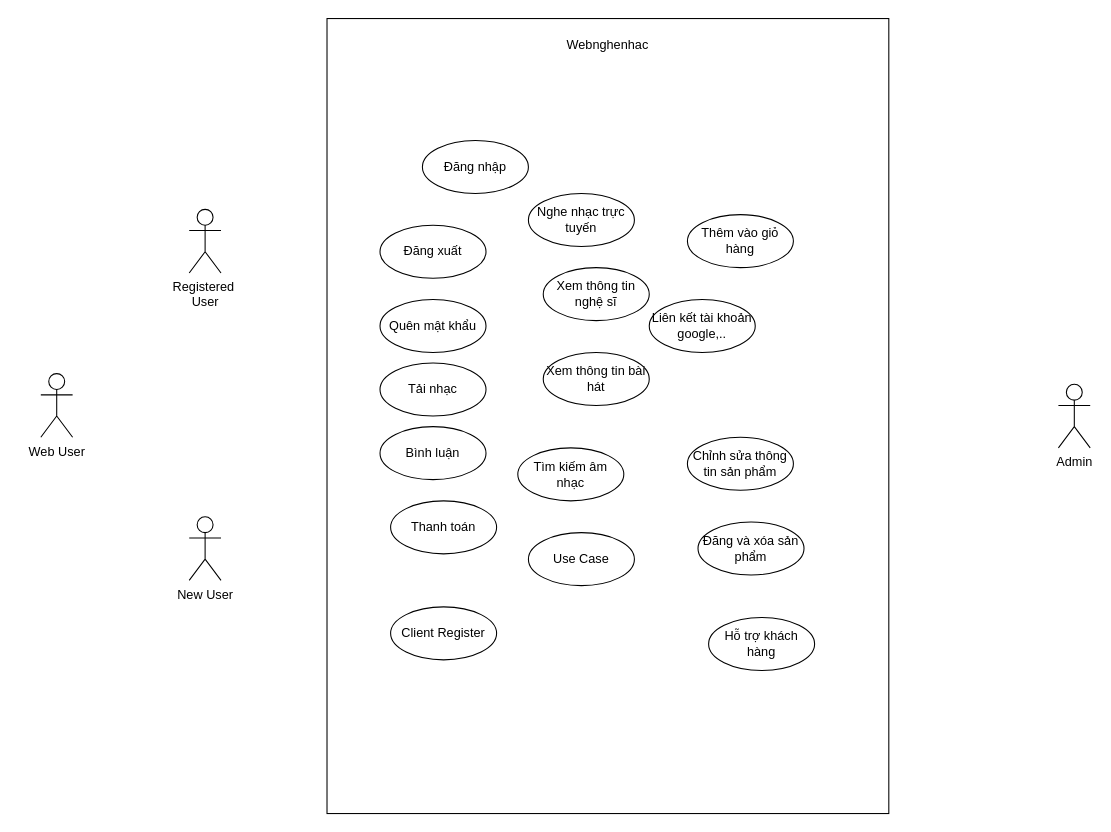
This is Diagram.drawio from letham1612/test.ithub, a draw.io file, before an edit. Source tidied: cells renumbered, new cells numbered last; positions are measured from the earlier drawing's top-left corner, leaving out a move shared by most shapes. Both pictures are drawn from the tidied source at 106%, with x=0, y=0 at pixel (40, 18).
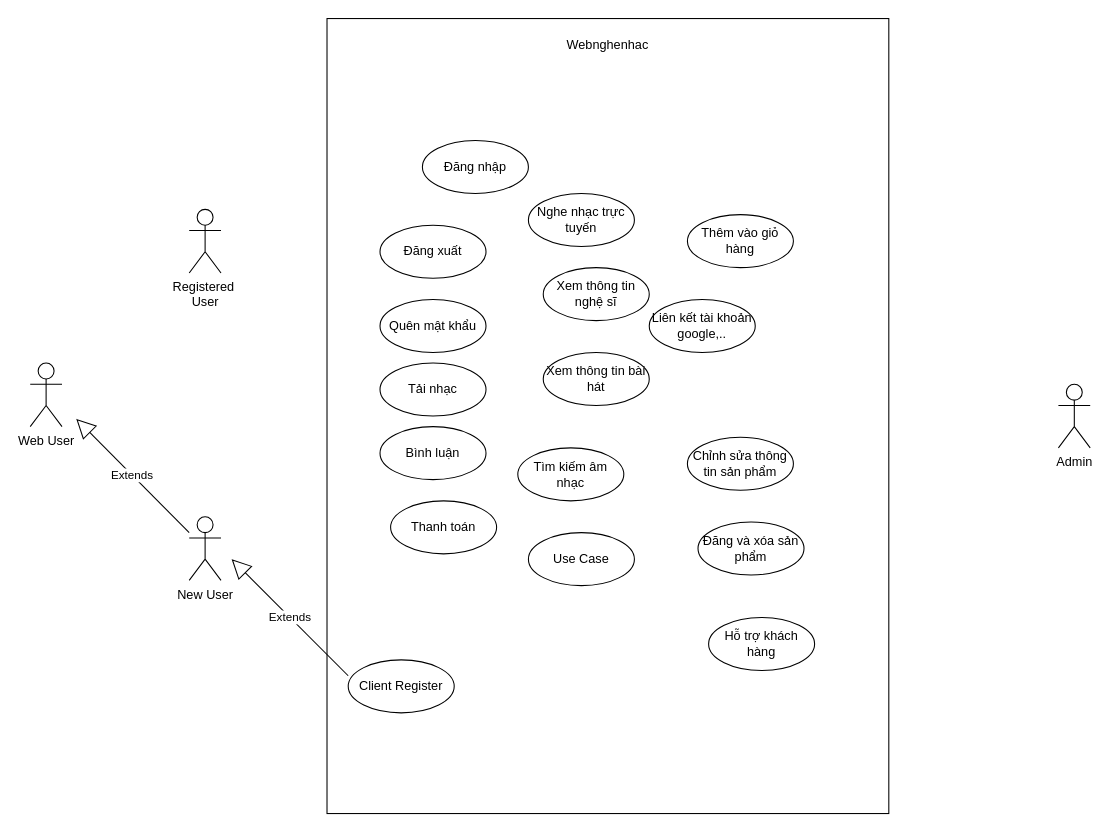
The same diagram, later.

Commit message:
Cập nhật Diagram.drawio

The edit, as a diff of the source:
```diff
@@
     <mxCell id="3" value="Web User&lt;br&gt;" style="shape=umlActor;verticalLabelPosition=bottom;verticalAlign=top;html=1;" parent="1" vertex="1">
-      <mxGeometry y="335" width="30" height="60" as="geometry" />
+      <mxGeometry x="-10" y="325" width="30" height="60" as="geometry" />
     </mxCell>
@@
     <mxCell id="6" value="Client Register" style="ellipse;whiteSpace=wrap;html=1;" parent="1" vertex="1">
-      <mxGeometry x="330" y="555" width="100" height="50" as="geometry" />
+      <mxGeometry x="290" y="605" width="100" height="50" as="geometry" />
     </mxCell>
@@
+    <mxCell id="24" value="Extends" style="endArrow=block;endSize=16;endFill=0;html=1;rounded=0;entryX=0.78;entryY=0.877;entryDx=0;entryDy=0;entryPerimeter=0;" parent="1" edge="1">
+      <mxGeometry relative="1" as="geometry">
+        <mxPoint x="140" y="485" as="sourcePoint" />
+        <mxPoint x="33.4" y="377.6" as="targetPoint" />
+      </mxGeometry>
+    </mxCell>
+    <mxCell id="25" value="Extends" style="endArrow=block;endSize=16;endFill=0;html=1;rounded=0;entryX=0.78;entryY=0.877;entryDx=0;entryDy=0;entryPerimeter=0;" parent="1" edge="1">
+      <mxGeometry relative="1" as="geometry">
+        <mxPoint x="290" y="620" as="sourcePoint" />
+        <mxPoint x="180" y="510" as="targetPoint" />
+      </mxGeometry>
+    </mxCell>
```
